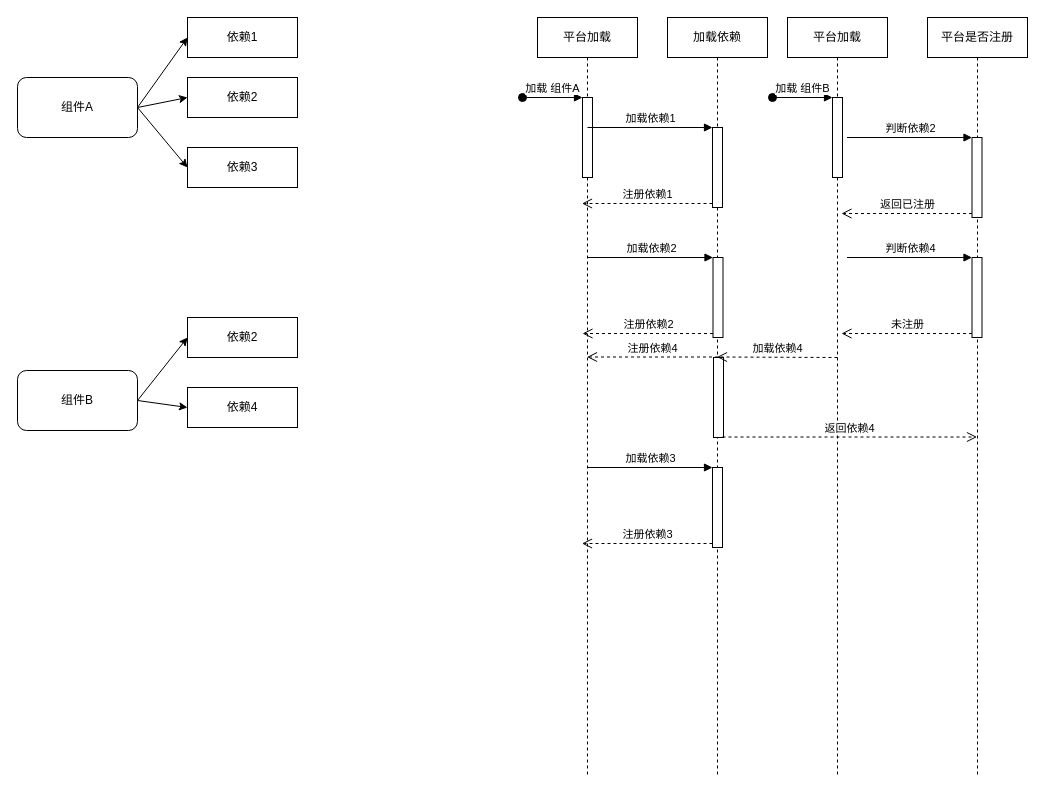
Before: reuse deps.drawio in lokewei/draw.io, a draw.io diagram. Source tidied: cells renumbered, new cells numbered last; positions are measured from the earlier drawing's top-left corner, leaving out a move shared by most shapes. Both pictures are drawn from the tidied source at 100%, with x=0, y=0 at pixel (17, 17).
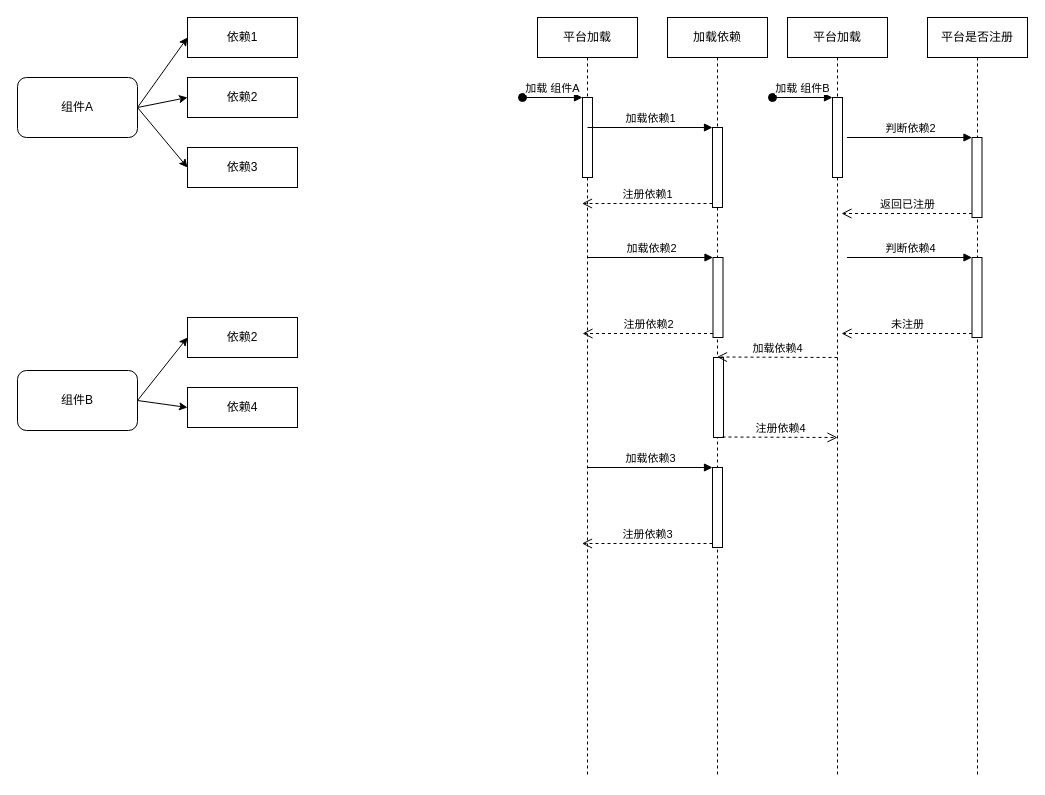
The same page after the edit.

Unchanged cells that the change refers to:
```xml
<mxCell id="31" value="平台是否注册" style="shape=umlLifeline;perimeter=lifelinePerimeter;whiteSpace=wrap;html=1;outlineConnect=0;" parent="1" vertex="1">
  <mxGeometry x="910" width="100" height="760" as="geometry" />
</mxCell>
```

Diff of the diagram source:
```diff
@@
-    <mxCell id="39" value="注册依赖4" style="html=1;verticalAlign=bottom;endArrow=open;dashed=1;endSize=8;exitX=0;exitY=0.95;" parent="1" edge="1">
-      <mxGeometry relative="1" as="geometry">
-        <mxPoint x="700.5" y="339.5" as="sourcePoint" />
-        <mxPoint x="569.5" y="339.5" as="targetPoint" />
-      </mxGeometry>
-    </mxCell>
-    <mxCell id="40" value="返回依赖4" style="html=1;verticalAlign=bottom;endArrow=open;dashed=1;endSize=8;" parent="1" edge="1" target="31">
+    <mxCell id="40" value="注册依赖4" style="html=1;verticalAlign=bottom;endArrow=open;dashed=1;endSize=8;" parent="1" edge="1">
       <mxGeometry relative="1" as="geometry">
         <mxPoint x="705" y="419.5" as="sourcePoint" />
+        <mxPoint x="820" y="420" as="targetPoint" />
       </mxGeometry>
     </mxCell>
```
